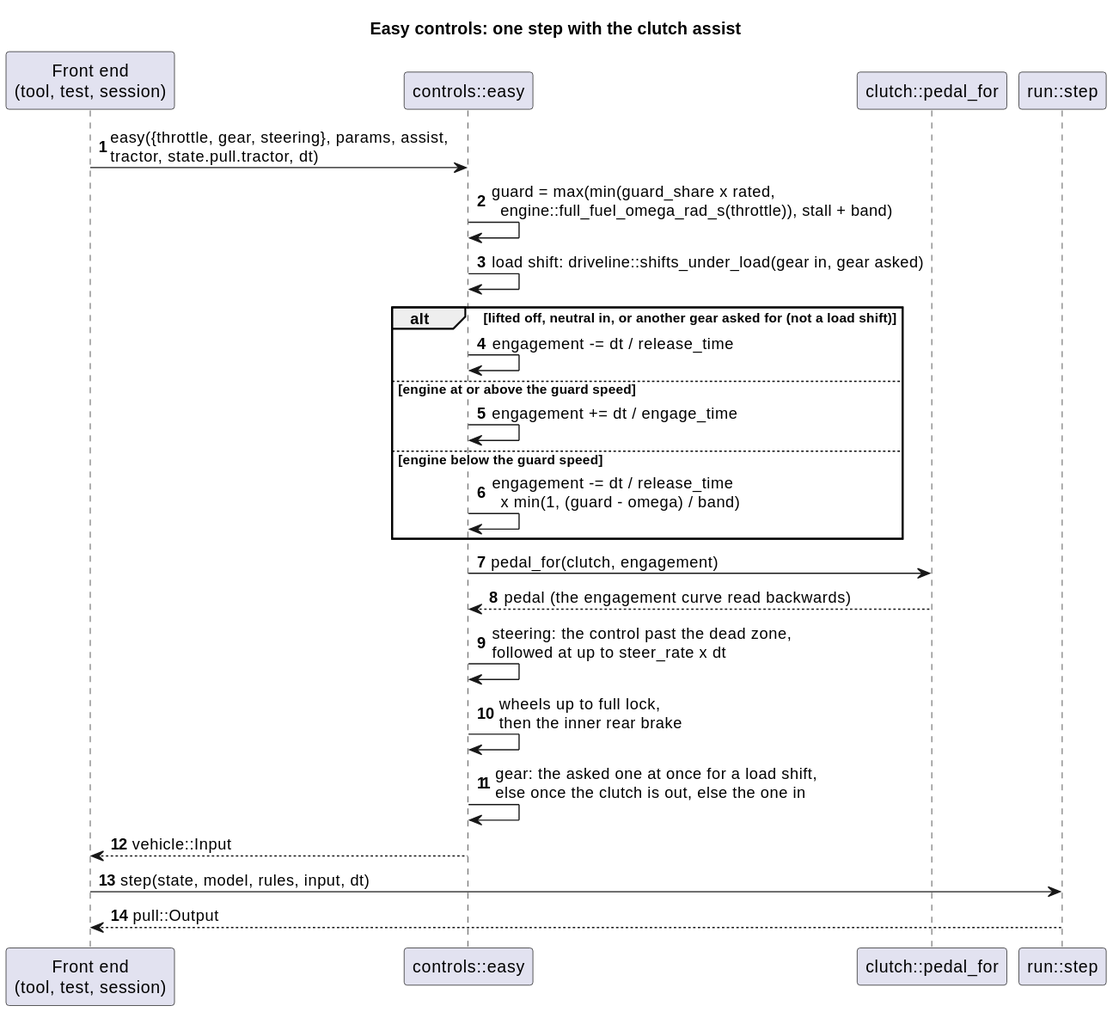
This is docs/diagrams/svg/easy_controls_sequence.svg from wversteeg/TractorPulling, a PlantUML export, as it was before one commit.
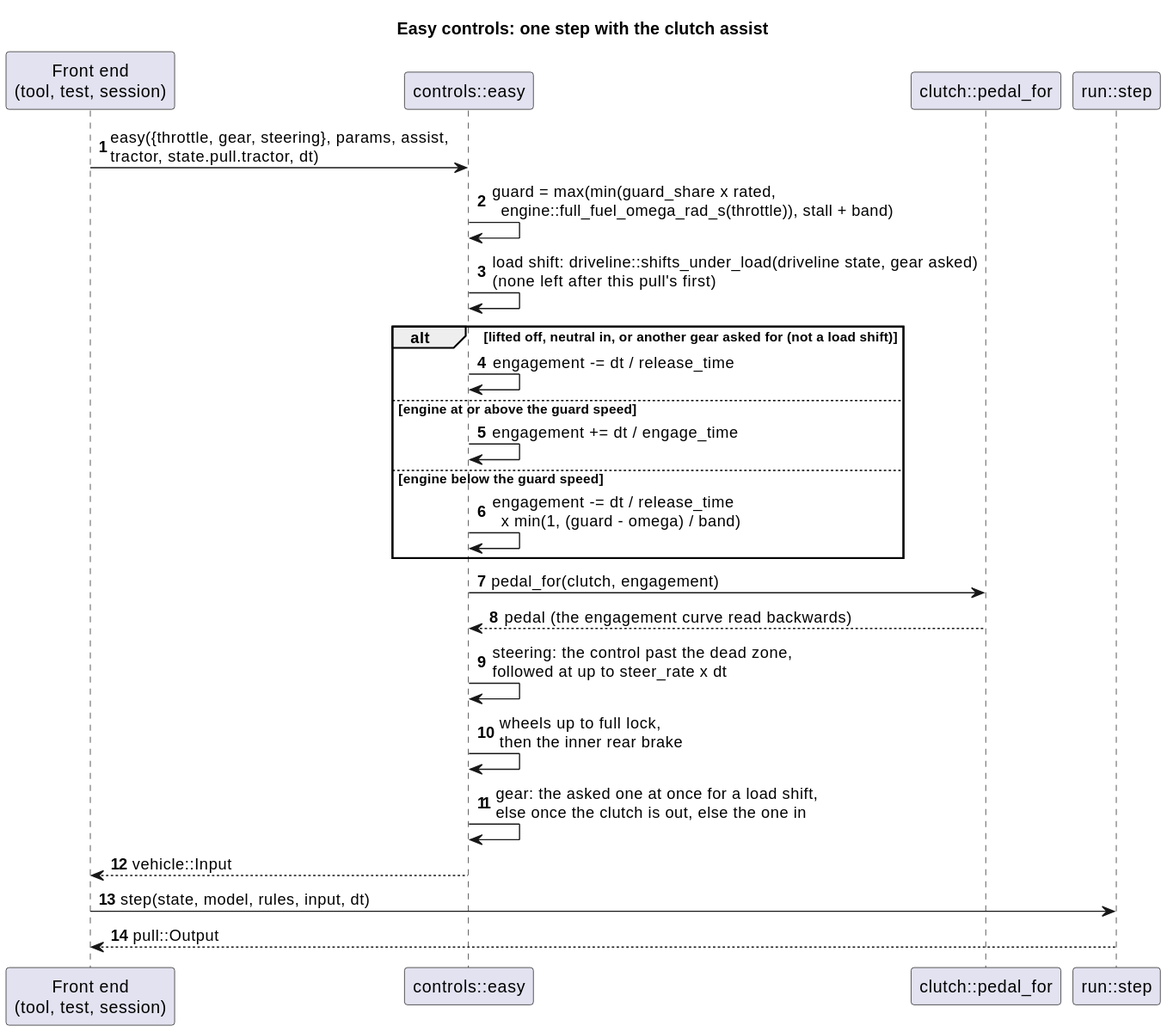
The same diagram one commit later.

Change to the diagram source:
```diff
@@ -8,7 +8,7 @@
 
 Frontend -> Easy : easy({throttle, gear, steering}, params, assist,\ntractor, state.pull.tractor, dt)
 Easy -> Easy : guard = max(min(guard_share x rated,\n  engine::full_fuel_omega_rad_s(throttle)), stall + band)
-Easy -> Easy : load shift: driveline::shifts_under_load(gear in, gear asked)
+Easy -> Easy : load shift: driveline::shifts_under_load(driveline state, gear asked)\n(none left after this pull's first)
 alt lifted off, neutral in, or another gear asked for (not a load shift)
   Easy -> Easy : engagement -= dt / release_time
 else engine at or above the guard speed
```
